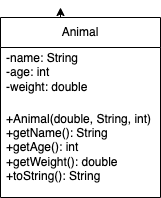
Above: task5.png in HeHealth/Homework-Starter (draw.io), before the change. Source tidied: cells renumbered, new cells last; positions are measured from the earlier drawing's top-left corner, leaving out a move shared by most shapes.
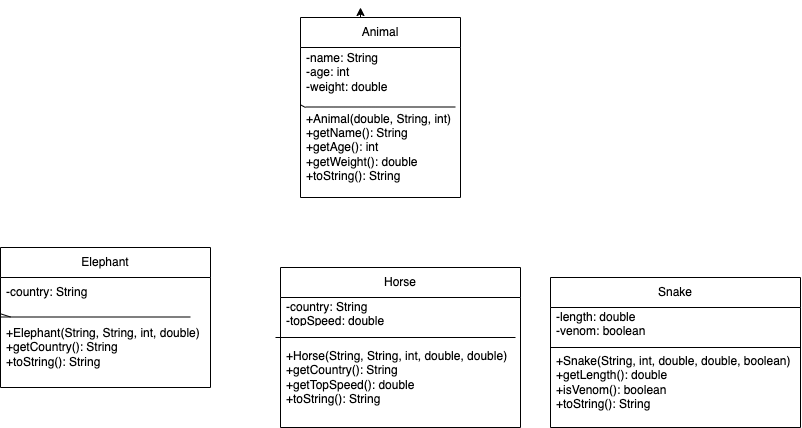
Later version of the same file.

What changed in the source:
```diff
@@ -13,8 +13,69 @@
     <mxCell id="4" value="-name: String&lt;br&gt;-age: int&lt;br&gt;-weight: double" style="text;strokeColor=none;fillColor=none;align=left;verticalAlign=middle;spacingLeft=4;spacingRight=4;overflow=hidden;whiteSpace=wrap;html=1;" parent="3" vertex="1">
       <mxGeometry y="30" width="160" height="50" as="geometry" />
     </mxCell>
+    <mxCell id="6" style="endArrow=none;html=1;rounded=0;" parent="3" edge="1" target="5">
+      <mxGeometry relative="1" as="geometry">
+        <mxPoint x="5" y="90" as="sourcePoint" />
+      </mxGeometry>
+    </mxCell>
+    <mxCell id="7" style="endArrow=none;html=1;rounded=0;" parent="3" edge="1">
+      <mxGeometry relative="1" as="geometry">
+        <mxPoint x="5" y="89.5" as="sourcePoint" />
+        <mxPoint x="155" y="89.5" as="targetPoint" />
+      </mxGeometry>
+    </mxCell>
     <mxCell id="5" value="+Animal(double, String, int)&lt;br&gt;+getName(): String&lt;br&gt;+getAge(): int&lt;br&gt;+getWeight(): double&lt;br&gt;+toString(): String" style="text;strokeColor=none;fillColor=none;align=left;verticalAlign=middle;spacingLeft=4;spacingRight=4;overflow=hidden;points=[[0,0.5],[1,0.5]];portConstraint=eastwest;whiteSpace=wrap;html=1;" parent="3" vertex="1">
       <mxGeometry y="80" width="160" height="100" as="geometry" />
     </mxCell>
+    <mxCell id="8" value="Elephant" style="swimlane;fontStyle=0;horizontal=1;startSize=30;whiteSpace=wrap;html=1;" parent="1" vertex="1">
+      <mxGeometry x="-300" y="240" width="210" height="140" as="geometry" />
+    </mxCell>
+    <mxCell id="9" value="-country: String" style="text;strokeColor=none;fillColor=none;align=left;verticalAlign=middle;spacingLeft=4;spacingRight=4;overflow=hidden;whiteSpace=wrap;html=1;" parent="8" vertex="1">
+      <mxGeometry y="30" width="210" height="30" as="geometry" />
+    </mxCell>
+    <mxCell id="10" style="endArrow=none;html=1;rounded=0;" parent="8" edge="1" target="12">
+      <mxGeometry relative="1" as="geometry">
+        <mxPoint x="10" y="69.5" as="sourcePoint" />
+      </mxGeometry>
+    </mxCell>
+    <mxCell id="11" style="endArrow=none;html=1;rounded=0;" parent="8" edge="1">
+      <mxGeometry relative="1" as="geometry">
+        <mxPoint y="69.5" as="sourcePoint" />
+        <mxPoint x="190" y="69.5" as="targetPoint" />
+      </mxGeometry>
+    </mxCell>
+    <mxCell id="12" value="+Elephant(String, String, int, double)&lt;br&gt;+getCountry(): String&lt;br&gt;+toString(): String" style="text;strokeColor=none;fillColor=none;align=left;verticalAlign=middle;spacingLeft=4;spacingRight=4;overflow=hidden;points=[[0,0.5],[1,0.5]];portConstraint=eastwest;whiteSpace=wrap;html=1;" parent="8" vertex="1">
+      <mxGeometry y="60" width="210" height="80" as="geometry" />
+    </mxCell>
+    <mxCell id="13" value="Horse" style="swimlane;fontStyle=0;horizontal=1;startSize=30;whiteSpace=wrap;html=1;" parent="1" vertex="1">
+      <mxGeometry x="-20" y="260" width="240" height="160" as="geometry" />
+    </mxCell>
+    <mxCell id="14" value="-country: String&lt;br&gt;-topSpeed: double" style="text;strokeColor=none;fillColor=none;align=left;verticalAlign=middle;spacingLeft=4;spacingRight=4;overflow=hidden;whiteSpace=wrap;html=1;" parent="13" vertex="1">
+      <mxGeometry y="30" width="240" height="30" as="geometry" />
+    </mxCell>
+    <mxCell id="15" style="endArrow=none;html=1;rounded=0;" parent="13" edge="1">
+      <mxGeometry relative="1" as="geometry">
+        <mxPoint x="-5" y="70" as="sourcePoint" />
+        <mxPoint x="235" y="70" as="targetPoint" />
+      </mxGeometry>
+    </mxCell>
+    <mxCell id="16" value="+Horse(String, String, int, double, double)&lt;br&gt;+getCountry(): String&lt;br&gt;+getTopSpeed(): double&lt;br&gt;+toString(): String" style="text;strokeColor=none;fillColor=none;align=left;verticalAlign=middle;spacingLeft=4;spacingRight=4;overflow=hidden;whiteSpace=wrap;html=1;" parent="13" vertex="1">
+      <mxGeometry y="60" width="240" height="100" as="geometry" />
+    </mxCell>
+    <mxCell id="17" value="Snake" style="swimlane;fontStyle=0;horizontal=1;startSize=30;whiteSpace=wrap;html=1;" parent="1" vertex="1">
+      <mxGeometry x="250" y="270" width="250" height="150" as="geometry" />
+    </mxCell>
+    <mxCell id="18" value="-length: double&lt;br&gt;-venom: boolean" style="text;strokeColor=none;fillColor=none;align=left;verticalAlign=middle;spacingLeft=4;spacingRight=4;overflow=hidden;whiteSpace=wrap;html=1;" parent="17" vertex="1">
+      <mxGeometry y="30" width="250" height="30" as="geometry" />
+    </mxCell>
+    <mxCell id="19" style="endArrow=none;html=1;rounded=0;" parent="17" edge="1">
+      <mxGeometry relative="1" as="geometry">
+        <mxPoint y="70" as="sourcePoint" />
+        <mxPoint x="250" y="70" as="targetPoint" />
+      </mxGeometry>
+    </mxCell>
+    <mxCell id="20" value="+Snake(String, int, double, double, boolean)&lt;br&gt;+getLength(): double&lt;br&gt;+isVenom(): boolean&lt;br&gt;+toString(): String" style="text;strokeColor=none;fillColor=none;align=left;verticalAlign=middle;spacingLeft=4;spacingRight=4;overflow=hidden;whiteSpace=wrap;html=1;" parent="17" vertex="1">
+      <mxGeometry y="60" width="250" height="90" as="geometry" />
+    </mxCell>
   </root>
 </mxGraphModel>
```
